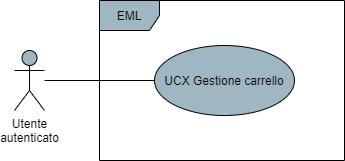
This is DocumentazioneEsterna/AnalisiDeiRequisiti/res/UseCase/Immagini/CarrelloGenerale.png from Omicron-Team/Documentazione, a draw.io export, as it was before one commit. Source tidied: cells renumbered, new cells last; positions are measured from the earlier drawing's top-left corner, leaving out a move shared by most shapes.
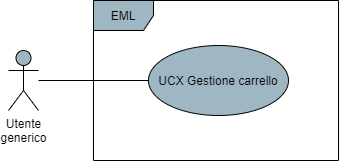
After the change.

Commit message:
aggiornati attori casi d'uso carrello e profilo

The edit, as a diff of the source:
```diff
@@ -5,7 +5,7 @@
     <mxCell id="2" style="edgeStyle=orthogonalEdgeStyle;rounded=0;jettySize=auto;html=1;endArrow=none;endFill=0;" parent="1" edge="1" source="3" target="5">
       <mxGeometry relative="1" as="geometry" />
     </mxCell>
-    <mxCell id="3" value="Utente&lt;br&gt;autenticato" style="shape=umlActor;verticalLabelPosition=bottom;verticalAlign=top;html=1;fillColor=#9FB6C3;" parent="1" vertex="1">
+    <mxCell id="3" value="Utente&lt;br&gt;generico" style="shape=umlActor;verticalLabelPosition=bottom;verticalAlign=top;html=1;fillColor=#9FB6C3;" parent="1" vertex="1">
       <mxGeometry y="50" width="30" height="60" as="geometry" />
     </mxCell>
     <mxCell id="4" value="EML" style="shape=umlFrame;whiteSpace=wrap;html=1;fillColor=#9FB6C3;" parent="1" vertex="1">
```
